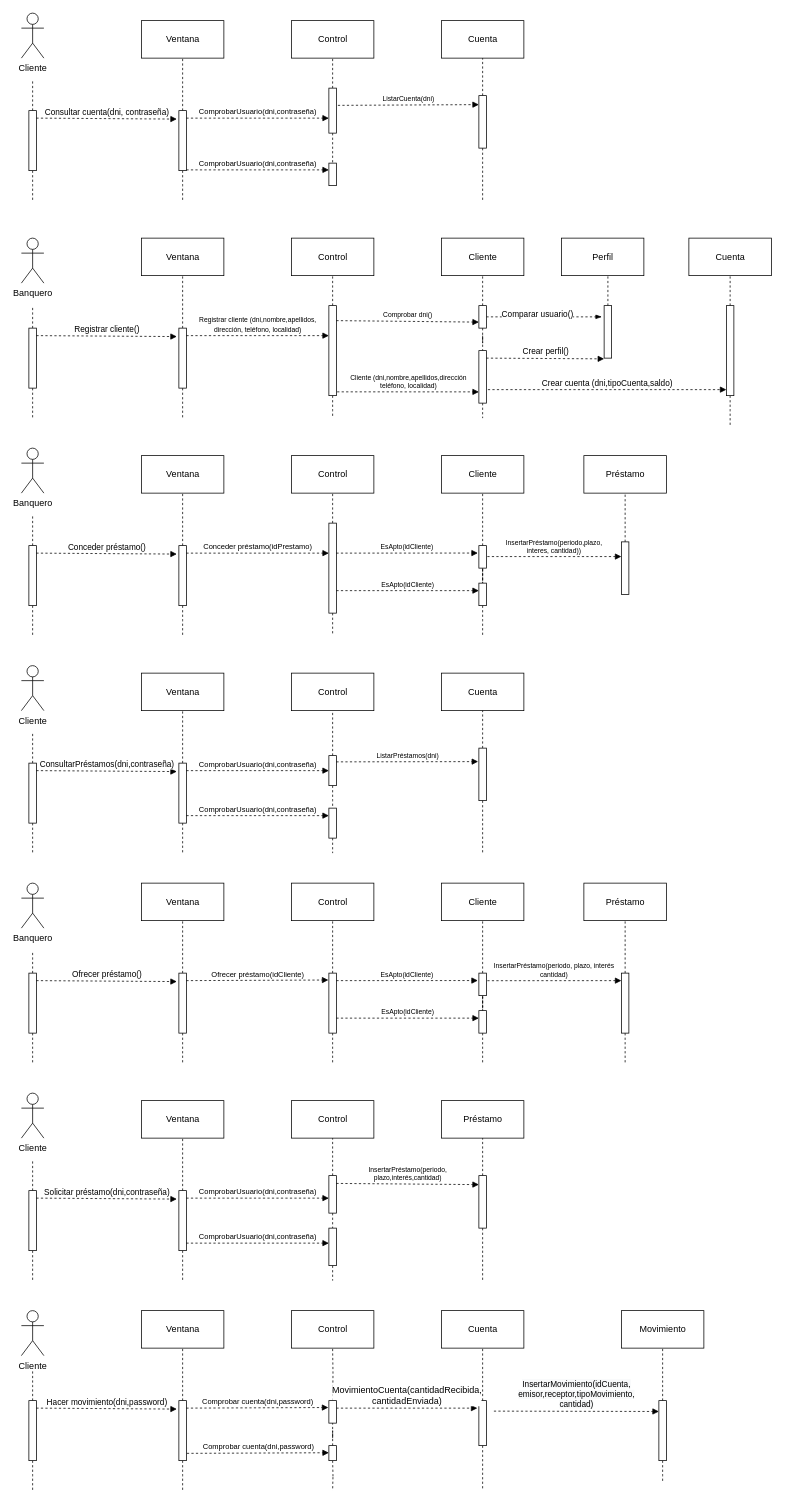
Earlier version of the draw.io diagram DIAGRAMAS SECUENCIALES.drawio (Kangelx/Equipo3). Source tidied: cells renumbered, new cells numbered last; positions are measured from the earlier drawing's top-left corner, leaving out a move shared by most shapes. Both pictures are drawn from the tidied source at 75%, with x=0, y=0 at pixel (21, 13).
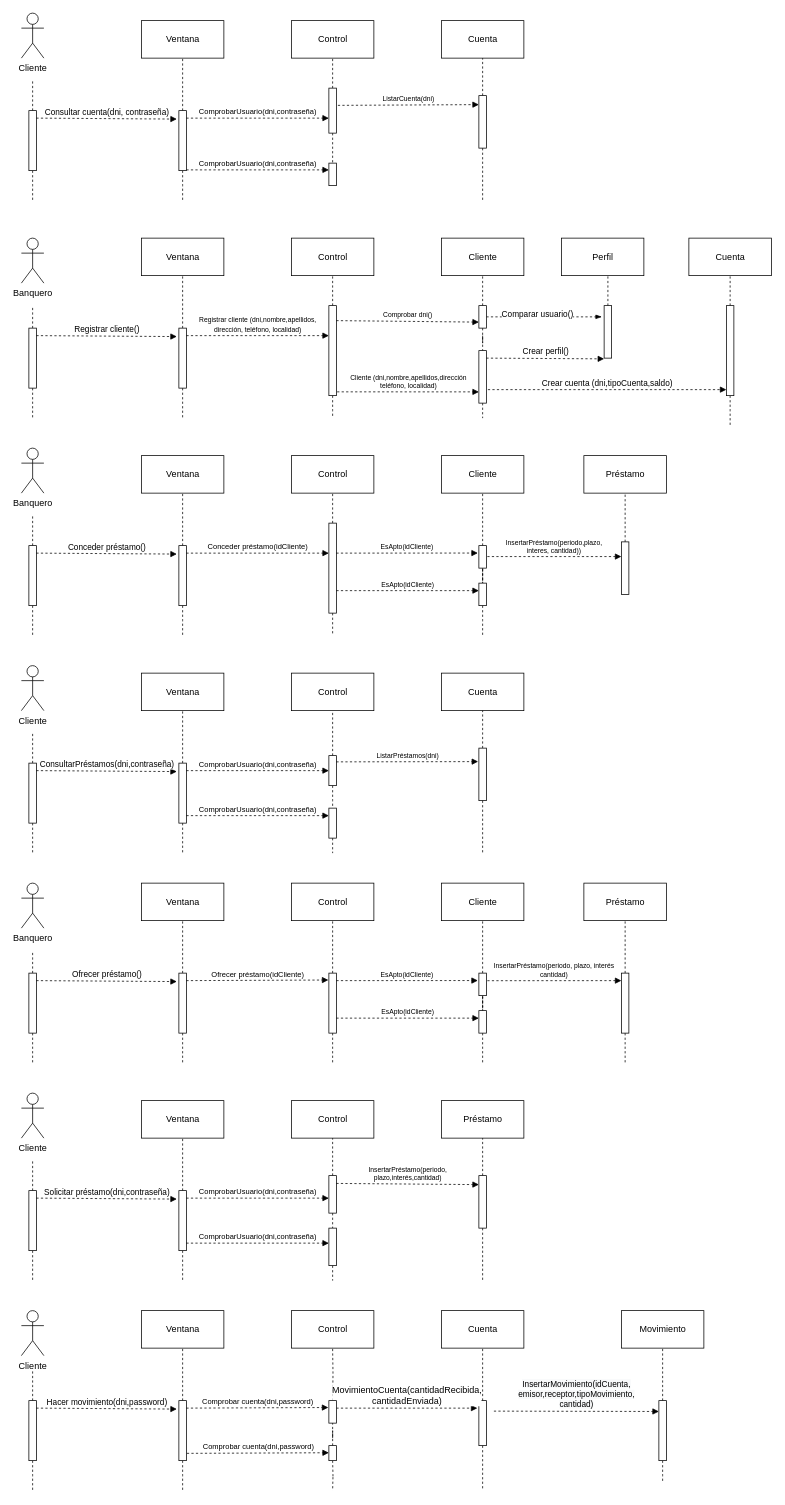
After the change.

Commit message:
diagrama secuencial actualizado

What changed in the source:
```diff
@@
-    <mxCell id="71" value="&lt;font size=&quot;1&quot;&gt;Conceder préstamo(idPrestamo)&lt;/font&gt;" style="html=1;verticalAlign=bottom;endArrow=block;rounded=0;dashed=1;" parent="1" edge="1">
+    <mxCell id="71" value="&lt;font size=&quot;1&quot;&gt;Conceder préstamo(idCliente)&lt;/font&gt;" style="html=1;verticalAlign=bottom;endArrow=block;rounded=0;dashed=1;" parent="1" edge="1">
       <mxGeometry relative="1" as="geometry">
         <mxPoint x="220" y="720" as="sourcePoint" />
         <mxPoint x="410" y="720" as="targetPoint" />
       </mxGeometry>
     </mxCell>
```
